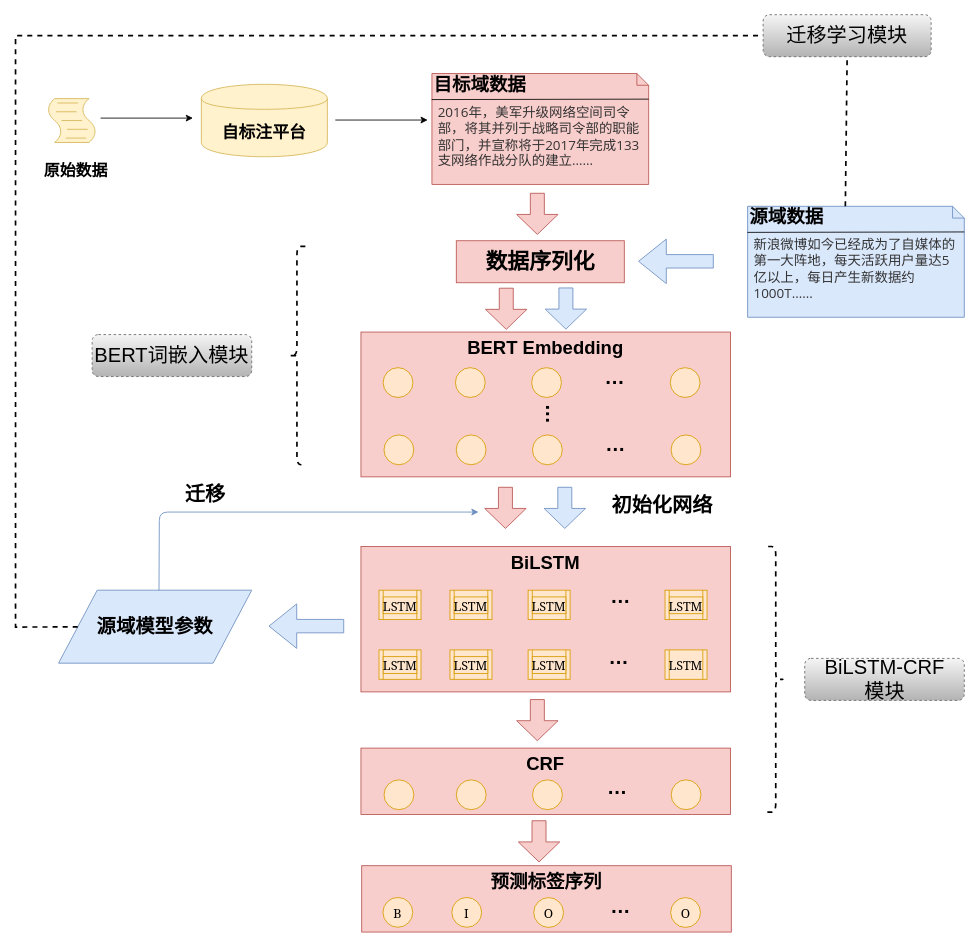
The draw.io diagram TBBC逻辑功能图.drawio in yhx123hero/CyberspaceSecurity_NER, before the edit. Source tidied: cells renumbered, new cells numbered last; positions are measured from the earlier drawing's top-left corner, leaving out a move shared by most shapes. Both pictures are drawn from the tidied source at 84%, with x=0, y=0 at pixel (15, 14).
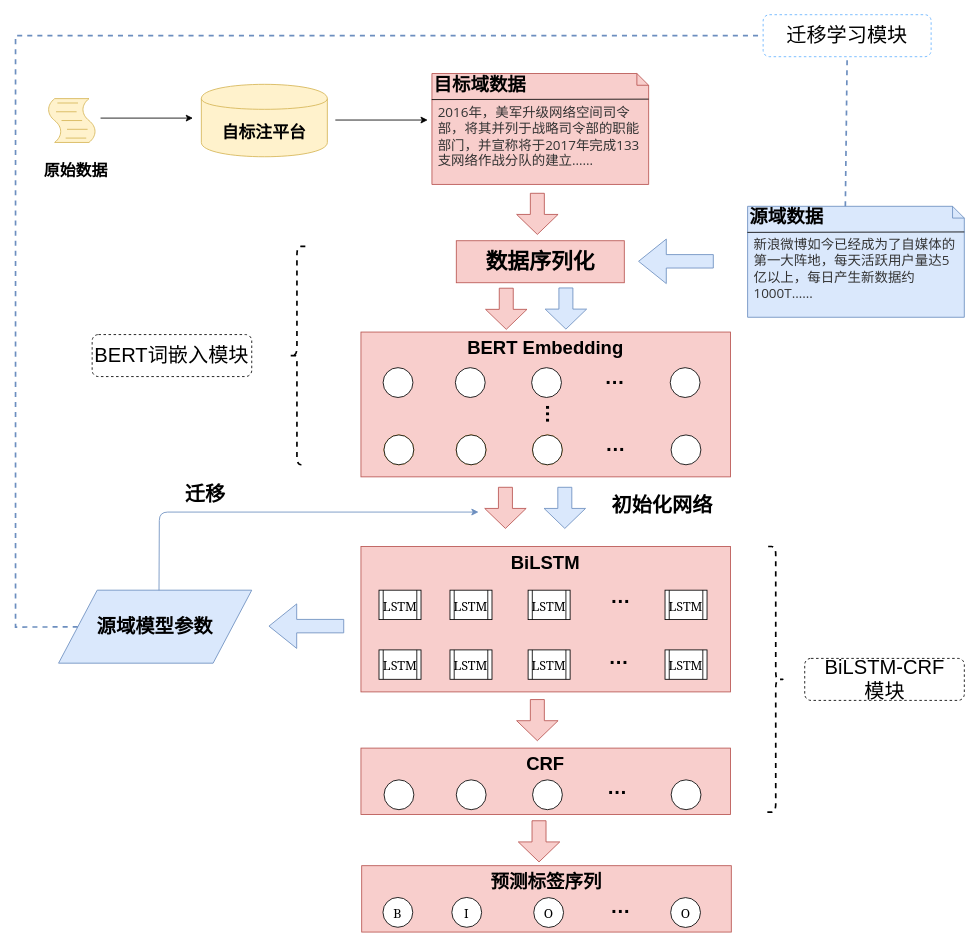
Above is the later version.

Commit message (it also covers changes not shown here):
更新TBBC逻辑功能图.drawio

Unchanged cells that the change refers to:
```xml
<mxCell id="55" value="&lt;b&gt;源域数据&lt;/b&gt;" style="shape=note;whiteSpace=wrap;html=1;size=14;verticalAlign=top;align=left;spacingTop=-6;strokeWidth=1;fontSize=22;fillColor=#dae8fc;strokeColor=#6c8ebf;" parent="1" vertex="1">
  <mxGeometry x="871.5" y="228.1" width="258" height="132.1" as="geometry" />
</mxCell>
<mxCell id="58" value="源域模型参数" style="shape=parallelogram;perimeter=parallelogramPerimeter;whiteSpace=wrap;html=1;strokeWidth=1;fontSize=23;fontStyle=1;fillColor=#dae8fc;strokeColor=#6c8ebf;" parent="1" vertex="1">
  <mxGeometry x="51.2" y="685.1" width="230" height="86.9" as="geometry" />
</mxCell>
```

Change to the diagram source:
```diff
@@
-    <mxCell id="5" style="shape=process;whiteSpace=wrap;html=1;backgroundOutline=1;labelBackgroundColor=none;fontFamily=Georgia;fontSize=20;fillColor=#ffe6cc;strokeColor=#d79b00;" parent="1" vertex="1">
+    <mxCell id="5" style="shape=process;whiteSpace=wrap;html=1;backgroundOutline=1;labelBackgroundColor=none;fontFamily=Georgia;fontSize=20;" parent="1" vertex="1">
       <mxGeometry x="432.7" y="756.2" width="50" height="35" as="geometry" />
     </mxCell>
-    <mxCell id="6" value="LSTM" style="text;html=1;strokeColor=#d79b00;fillColor=#ffe6cc;align=center;verticalAlign=middle;whiteSpace=wrap;rounded=0;labelBackgroundColor=none;fontFamily=Georgia;fontSize=15;" parent="1" vertex="1">
+    <mxCell id="6" value="LSTM" style="text;html=1;align=center;verticalAlign=middle;whiteSpace=wrap;rounded=0;labelBackgroundColor=none;fontFamily=Georgia;fontSize=15;" parent="1" vertex="1">
       <mxGeometry x="437.7" y="764.2" width="40" height="20" as="geometry" />
     </mxCell>
-    <mxCell id="7" style="shape=process;whiteSpace=wrap;html=1;backgroundOutline=1;labelBackgroundColor=none;fontFamily=Georgia;fontSize=20;fillColor=#ffe6cc;strokeColor=#d79b00;" parent="1" vertex="1">
+    <mxCell id="7" style="shape=process;whiteSpace=wrap;html=1;backgroundOutline=1;labelBackgroundColor=none;fontFamily=Georgia;fontSize=20;" parent="1" vertex="1">
       <mxGeometry x="432.7" y="685.1" width="50" height="35" as="geometry" />
     </mxCell>
-    <mxCell id="8" value="LSTM" style="text;html=1;strokeColor=#d79b00;fillColor=#ffe6cc;align=center;verticalAlign=middle;whiteSpace=wrap;rounded=0;labelBackgroundColor=none;fontFamily=Georgia;fontSize=15;" parent="1" vertex="1">
+    <mxCell id="8" value="LSTM" style="text;html=1;align=center;verticalAlign=middle;whiteSpace=wrap;rounded=0;labelBackgroundColor=none;fontFamily=Georgia;fontSize=15;" parent="1" vertex="1">
       <mxGeometry x="437.7" y="693.1" width="40" height="20" as="geometry" />
     </mxCell>
-    <mxCell id="9" style="shape=process;whiteSpace=wrap;html=1;backgroundOutline=1;labelBackgroundColor=none;fontFamily=Georgia;fontSize=20;fillColor=#ffe6cc;strokeColor=#d79b00;" parent="1" vertex="1">
+    <mxCell id="9" style="shape=process;whiteSpace=wrap;html=1;backgroundOutline=1;labelBackgroundColor=none;fontFamily=Georgia;fontSize=20;" parent="1" vertex="1">
       <mxGeometry x="517.2" y="756.2" width="50" height="35" as="geometry" />
     </mxCell>
-    <mxCell id="10" value="LSTM" style="text;html=1;strokeColor=#d79b00;fillColor=#ffe6cc;align=center;verticalAlign=middle;whiteSpace=wrap;rounded=0;labelBackgroundColor=none;fontFamily=Georgia;fontSize=15;" parent="1" vertex="1">
+    <mxCell id="10" value="LSTM" style="text;html=1;align=center;verticalAlign=middle;whiteSpace=wrap;rounded=0;labelBackgroundColor=none;fontFamily=Georgia;fontSize=15;" parent="1" vertex="1">
       <mxGeometry x="522.2" y="764.2" width="40" height="20" as="geometry" />
     </mxCell>
-    <mxCell id="11" style="shape=process;whiteSpace=wrap;html=1;backgroundOutline=1;labelBackgroundColor=none;fontFamily=Georgia;fontSize=20;fillColor=#ffe6cc;strokeColor=#d79b00;" parent="1" vertex="1">
+    <mxCell id="11" style="shape=process;whiteSpace=wrap;html=1;backgroundOutline=1;labelBackgroundColor=none;fontFamily=Georgia;fontSize=20;" parent="1" vertex="1">
       <mxGeometry x="517.2" y="685.1" width="50" height="35" as="geometry" />
     </mxCell>
-    <mxCell id="12" value="LSTM" style="text;html=1;strokeColor=#d79b00;fillColor=#ffe6cc;align=center;verticalAlign=middle;whiteSpace=wrap;rounded=0;labelBackgroundColor=none;fontFamily=Georgia;fontSize=15;" parent="1" vertex="1">
+    <mxCell id="12" value="LSTM" style="text;html=1;align=center;verticalAlign=middle;whiteSpace=wrap;rounded=0;labelBackgroundColor=none;fontFamily=Georgia;fontSize=15;" parent="1" vertex="1">
       <mxGeometry x="522.2" y="693.1" width="40" height="20" as="geometry" />
     </mxCell>
-    <mxCell id="13" style="shape=process;whiteSpace=wrap;html=1;backgroundOutline=1;labelBackgroundColor=none;fontFamily=Georgia;fontSize=20;fillColor=#ffe6cc;strokeColor=#d79b00;" parent="1" vertex="1">
+    <mxCell id="13" style="shape=process;whiteSpace=wrap;html=1;backgroundOutline=1;labelBackgroundColor=none;fontFamily=Georgia;fontSize=20;" parent="1" vertex="1">
       <mxGeometry x="610.2" y="756.2" width="50" height="35" as="geometry" />
     </mxCell>
-    <mxCell id="14" value="LSTM" style="text;html=1;strokeColor=#d79b00;fillColor=#ffe6cc;align=center;verticalAlign=middle;whiteSpace=wrap;rounded=0;labelBackgroundColor=none;fontFamily=Georgia;fontSize=15;" parent="1" vertex="1">
+    <mxCell id="14" value="LSTM" style="text;html=1;align=center;verticalAlign=middle;whiteSpace=wrap;rounded=0;labelBackgroundColor=none;fontFamily=Georgia;fontSize=15;" parent="1" vertex="1">
       <mxGeometry x="615.2" y="764.2" width="40" height="20" as="geometry" />
     </mxCell>
-    <mxCell id="15" style="shape=process;whiteSpace=wrap;html=1;backgroundOutline=1;labelBackgroundColor=none;fontFamily=Georgia;fontSize=20;fillColor=#ffe6cc;strokeColor=#d79b00;" parent="1" vertex="1">
+    <mxCell id="15" style="shape=process;whiteSpace=wrap;html=1;backgroundOutline=1;labelBackgroundColor=none;fontFamily=Georgia;fontSize=20;" parent="1" vertex="1">
       <mxGeometry x="610.2" y="685.1" width="50" height="35" as="geometry" />
     </mxCell>
-    <mxCell id="16" value="LSTM" style="text;html=1;strokeColor=#d79b00;fillColor=#ffe6cc;align=center;verticalAlign=middle;whiteSpace=wrap;rounded=0;labelBackgroundColor=none;fontFamily=Georgia;fontSize=15;" parent="1" vertex="1">
+    <mxCell id="16" value="LSTM" style="text;html=1;align=center;verticalAlign=middle;whiteSpace=wrap;rounded=0;labelBackgroundColor=none;fontFamily=Georgia;fontSize=15;" parent="1" vertex="1">
       <mxGeometry x="615.2" y="693.1" width="40" height="20" as="geometry" />
     </mxCell>
-    <mxCell id="17" style="shape=process;whiteSpace=wrap;html=1;backgroundOutline=1;labelBackgroundColor=none;fontFamily=Georgia;fontSize=20;fillColor=#ffe6cc;strokeColor=#d79b00;" parent="1" vertex="1">
+    <mxCell id="17" style="shape=process;whiteSpace=wrap;html=1;backgroundOutline=1;labelBackgroundColor=none;fontFamily=Georgia;fontSize=20;" parent="1" vertex="1">
       <mxGeometry x="773.2" y="756.2" width="50" height="35" as="geometry" />
     </mxCell>
-    <mxCell id="18" value="LSTM" style="text;html=1;strokeColor=none;fillColor=none;align=center;verticalAlign=middle;whiteSpace=wrap;rounded=0;labelBackgroundColor=none;fontFamily=Georgia;fontSize=15;" parent="1" vertex="1">
+    <mxCell id="18" value="LSTM" style="text;html=1;align=center;verticalAlign=middle;whiteSpace=wrap;rounded=0;labelBackgroundColor=none;fontFamily=Georgia;fontSize=15;" parent="1" vertex="1">
       <mxGeometry x="778.2" y="764.2" width="40" height="20" as="geometry" />
     </mxCell>
-    <mxCell id="19" style="shape=process;whiteSpace=wrap;html=1;backgroundOutline=1;labelBackgroundColor=none;fontFamily=Georgia;fontSize=20;fillColor=#ffe6cc;strokeColor=#d79b00;" parent="1" vertex="1">
+    <mxCell id="19" style="shape=process;whiteSpace=wrap;html=1;backgroundOutline=1;labelBackgroundColor=none;fontFamily=Georgia;fontSize=20;" parent="1" vertex="1">
       <mxGeometry x="773.2" y="685.1" width="50" height="35" as="geometry" />
     </mxCell>
-    <mxCell id="20" value="LSTM" style="text;html=1;strokeColor=#d79b00;fillColor=#ffe6cc;align=center;verticalAlign=middle;whiteSpace=wrap;rounded=0;labelBackgroundColor=none;fontFamily=Georgia;fontSize=15;" parent="1" vertex="1">
+    <mxCell id="20" value="LSTM" style="text;html=1;align=center;verticalAlign=middle;whiteSpace=wrap;rounded=0;labelBackgroundColor=none;fontFamily=Georgia;fontSize=15;" parent="1" vertex="1">
       <mxGeometry x="778.2" y="693.1" width="40" height="20" as="geometry" />
     </mxCell>
-    <mxCell id="21" value="…" style="text;strokeColor=none;fillColor=none;html=1;fontSize=24;fontStyle=1;verticalAlign=middle;align=center;labelBackgroundColor=none;" parent="1" vertex="1">
+    <mxCell id="21" value="…" style="text;html=1;fontSize=24;fontStyle=1;verticalAlign=middle;align=center;labelBackgroundColor=none;" parent="1" vertex="1">
       <mxGeometry x="667.7" y="745.2" width="100" height="40" as="geometry" />
     </mxCell>
@@
-    <mxCell id="24" style="ellipse;whiteSpace=wrap;html=1;labelBackgroundColor=none;fontFamily=Georgia;fontSize=15;fillColor=#ffe6cc;strokeColor=#d79b00;" parent="1" vertex="1">
+    <mxCell id="24" style="ellipse;whiteSpace=wrap;html=1;labelBackgroundColor=none;fontFamily=Georgia;fontSize=15;" parent="1" vertex="1">
       <mxGeometry x="437.4" y="1050.9" width="35.5" height="35.5" as="geometry" />
     </mxCell>
-    <mxCell id="25" value="B" style="text;html=1;strokeColor=none;fillColor=none;align=center;verticalAlign=middle;whiteSpace=wrap;rounded=0;labelBackgroundColor=none;fontFamily=Georgia;fontSize=15;" parent="1" vertex="1">
+    <mxCell id="25" value="B" style="text;html=1;align=center;verticalAlign=middle;whiteSpace=wrap;rounded=0;labelBackgroundColor=none;fontFamily=Georgia;fontSize=15;" parent="1" vertex="1">
       <mxGeometry x="435.1" y="1059.1" width="40" height="20" as="geometry" />
     </mxCell>
-    <mxCell id="26" style="ellipse;whiteSpace=wrap;html=1;labelBackgroundColor=none;fontFamily=Georgia;fontSize=15;fillColor=#ffe6cc;strokeColor=#d79b00;" parent="1" vertex="1">
+    <mxCell id="26" style="ellipse;whiteSpace=wrap;html=1;labelBackgroundColor=none;fontFamily=Georgia;fontSize=15;" parent="1" vertex="1">
       <mxGeometry x="519.4" y="1050.9" width="35.5" height="35.5" as="geometry" />
     </mxCell>
-    <mxCell id="27" value="I" style="text;html=1;strokeColor=none;fillColor=none;align=center;verticalAlign=middle;whiteSpace=wrap;rounded=0;labelBackgroundColor=none;fontFamily=Georgia;fontSize=15;" parent="1" vertex="1">
+    <mxCell id="27" value="I" style="text;html=1;align=center;verticalAlign=middle;whiteSpace=wrap;rounded=0;labelBackgroundColor=none;fontFamily=Georgia;fontSize=15;" parent="1" vertex="1">
       <mxGeometry x="517.1" y="1059.1" width="40" height="20" as="geometry" />
     </mxCell>
-    <mxCell id="28" style="ellipse;whiteSpace=wrap;html=1;labelBackgroundColor=none;fontFamily=Georgia;fontSize=15;fillColor=#ffe6cc;strokeColor=#d79b00;" parent="1" vertex="1">
+    <mxCell id="28" style="ellipse;whiteSpace=wrap;html=1;labelBackgroundColor=none;fontFamily=Georgia;fontSize=15;" parent="1" vertex="1">
       <mxGeometry x="616.9" y="1051.1" width="35.5" height="35.5" as="geometry" />
     </mxCell>
-    <mxCell id="29" value="O" style="text;html=1;strokeColor=none;fillColor=none;align=center;verticalAlign=middle;whiteSpace=wrap;rounded=0;labelBackgroundColor=none;fontFamily=Georgia;fontSize=15;" parent="1" vertex="1">
+    <mxCell id="29" value="O" style="text;html=1;align=center;verticalAlign=middle;whiteSpace=wrap;rounded=0;labelBackgroundColor=none;fontFamily=Georgia;fontSize=15;" parent="1" vertex="1">
       <mxGeometry x="614.6" y="1059.4" width="40" height="20" as="geometry" />
     </mxCell>
-    <mxCell id="30" style="ellipse;whiteSpace=wrap;html=1;labelBackgroundColor=none;fontFamily=Georgia;fontSize=15;fillColor=#ffe6cc;strokeColor=#d79b00;" parent="1" vertex="1">
+    <mxCell id="30" style="ellipse;whiteSpace=wrap;html=1;labelBackgroundColor=none;fontFamily=Georgia;fontSize=15;" parent="1" vertex="1">
       <mxGeometry x="779.9" y="1051.1" width="35.5" height="35.5" as="geometry" />
     </mxCell>
-    <mxCell id="31" value="O" style="text;html=1;strokeColor=none;fillColor=none;align=center;verticalAlign=middle;whiteSpace=wrap;rounded=0;labelBackgroundColor=none;fontFamily=Georgia;fontSize=15;" parent="1" vertex="1">
+    <mxCell id="31" value="O" style="text;html=1;align=center;verticalAlign=middle;whiteSpace=wrap;rounded=0;labelBackgroundColor=none;fontFamily=Georgia;fontSize=15;" parent="1" vertex="1">
       <mxGeometry x="777.6" y="1059.4" width="40" height="20" as="geometry" />
     </mxCell>
@@
-    <mxCell id="34" value="…" style="text;strokeColor=none;fillColor=none;html=1;fontSize=24;fontStyle=1;verticalAlign=middle;align=center;labelBackgroundColor=none;" parent="1" vertex="1">
+    <mxCell id="34" value="…" style="text;html=1;fontSize=24;fontStyle=1;verticalAlign=middle;align=center;labelBackgroundColor=none;" parent="1" vertex="1">
       <mxGeometry x="665.7" y="900.1" width="100" height="40" as="geometry" />
     </mxCell>
@@
-    <mxCell id="37" style="ellipse;whiteSpace=wrap;html=1;labelBackgroundColor=none;fontFamily=Georgia;fontSize=15;fillColor=#ffe6cc;strokeColor=#d79b00;" parent="1" vertex="1">
+    <mxCell id="37" style="ellipse;whiteSpace=wrap;html=1;labelBackgroundColor=none;fontFamily=Georgia;fontSize=15;" parent="1" vertex="1">
       <mxGeometry x="438.7" y="910.9" width="35.5" height="35.5" as="geometry" />
     </mxCell>
-    <mxCell id="38" style="ellipse;whiteSpace=wrap;html=1;labelBackgroundColor=none;fontFamily=Georgia;fontSize=15;fillColor=#ffe6cc;strokeColor=#d79b00;" parent="1" vertex="1">
+    <mxCell id="38" style="ellipse;whiteSpace=wrap;html=1;labelBackgroundColor=none;fontFamily=Georgia;fontSize=15;" parent="1" vertex="1">
       <mxGeometry x="524.7" y="910.9" width="35.5" height="35.5" as="geometry" />
     </mxCell>
-    <mxCell id="39" style="ellipse;whiteSpace=wrap;html=1;labelBackgroundColor=none;fontFamily=Georgia;fontSize=15;fillColor=#ffe6cc;strokeColor=#d79b00;" parent="1" vertex="1">
+    <mxCell id="39" style="ellipse;whiteSpace=wrap;html=1;labelBackgroundColor=none;fontFamily=Georgia;fontSize=15;" parent="1" vertex="1">
       <mxGeometry x="615.5" y="910.9" width="35.5" height="35.5" as="geometry" />
     </mxCell>
-    <mxCell id="40" style="ellipse;whiteSpace=wrap;html=1;labelBackgroundColor=none;fontFamily=Georgia;fontSize=15;fillColor=#ffe6cc;strokeColor=#d79b00;" parent="1" vertex="1">
+    <mxCell id="40" style="ellipse;whiteSpace=wrap;html=1;labelBackgroundColor=none;fontFamily=Georgia;fontSize=15;" parent="1" vertex="1">
       <mxGeometry x="780.5" y="910.9" width="35.5" height="35.5" as="geometry" />
     </mxCell>
-    <mxCell id="41" style="ellipse;whiteSpace=wrap;html=1;labelBackgroundColor=none;fontFamily=Georgia;fontSize=15;fillColor=#ffe6cc;strokeColor=#d79b00;" parent="1" vertex="1">
+    <mxCell id="41" style="ellipse;whiteSpace=wrap;html=1;labelBackgroundColor=none;fontFamily=Georgia;fontSize=15;" parent="1" vertex="1">
       <mxGeometry x="437.6" y="420.2" width="35.5" height="35.5" as="geometry" />
     </mxCell>
-    <mxCell id="42" style="ellipse;whiteSpace=wrap;html=1;labelBackgroundColor=none;fontFamily=Georgia;fontSize=15;fillColor=#ffe6cc;strokeColor=#d79b00;" parent="1" vertex="1">
+    <mxCell id="42" style="ellipse;whiteSpace=wrap;html=1;labelBackgroundColor=none;fontFamily=Georgia;fontSize=15;" parent="1" vertex="1">
       <mxGeometry x="523.6" y="420.2" width="35.5" height="35.5" as="geometry" />
     </mxCell>
-    <mxCell id="43" style="ellipse;whiteSpace=wrap;html=1;labelBackgroundColor=none;fontFamily=Georgia;fontSize=15;fillColor=#ffe6cc;strokeColor=#d79b00;" parent="1" vertex="1">
+    <mxCell id="43" style="ellipse;whiteSpace=wrap;html=1;labelBackgroundColor=none;fontFamily=Georgia;fontSize=15;" parent="1" vertex="1">
       <mxGeometry x="614.4" y="420.2" width="35.5" height="35.5" as="geometry" />
     </mxCell>
-    <mxCell id="44" style="ellipse;whiteSpace=wrap;html=1;labelBackgroundColor=none;fontFamily=Georgia;fontSize=15;fillColor=#ffe6cc;strokeColor=#d79b00;" parent="1" vertex="1">
+    <mxCell id="44" style="ellipse;whiteSpace=wrap;html=1;labelBackgroundColor=none;fontFamily=Georgia;fontSize=15;" parent="1" vertex="1">
       <mxGeometry x="779.4" y="420.2" width="35.5" height="35.5" as="geometry" />
     </mxCell>
@@
-    <mxCell id="47" style="ellipse;whiteSpace=wrap;html=1;labelBackgroundColor=none;fontFamily=Georgia;fontSize=15;fillColor=#ffe6cc;strokeColor=#d79b00;" parent="1" vertex="1">
+    <mxCell id="47" style="ellipse;whiteSpace=wrap;html=1;labelBackgroundColor=none;fontFamily=Georgia;fontSize=15;" parent="1" vertex="1">
       <mxGeometry x="780.4" y="500.3" width="35.5" height="35.5" as="geometry" />
     </mxCell>
@@
-    <mxCell id="75" value="BERT词嵌入模块" style="rounded=1;whiteSpace=wrap;html=1;strokeWidth=1;fontSize=24;dashed=1;gradientColor=#b3b3b3;fillColor=#f5f5f5;strokeColor=#666666;" parent="1" vertex="1">
+    <mxCell id="75" value="BERT词嵌入模块" style="rounded=1;whiteSpace=wrap;html=1;strokeWidth=1;fontSize=24;dashed=1;" parent="1" vertex="1">
       <mxGeometry x="91.2" y="380.8" width="190" height="50" as="geometry" />
     </mxCell>
-    <mxCell id="76" value="BiLSTM-CRF &lt;br&gt;模块" style="rounded=1;whiteSpace=wrap;html=1;strokeWidth=1;fontSize=24;dashed=1;gradientColor=#b3b3b3;fillColor=#f5f5f5;strokeColor=#666666;" parent="1" vertex="1">
+    <mxCell id="76" value="BiLSTM-CRF &lt;br&gt;模块" style="rounded=1;whiteSpace=wrap;html=1;strokeWidth=1;fontSize=24;dashed=1;" parent="1" vertex="1">
       <mxGeometry x="939.5" y="766.3" width="190" height="50" as="geometry" />
     </mxCell>
@@
-    <mxCell id="78" value="迁移学习模块" style="rounded=1;whiteSpace=wrap;html=1;strokeWidth=1;fontSize=24;dashed=1;gradientColor=#b3b3b3;fillColor=#f5f5f5;strokeColor=#666666;" parent="1" vertex="1">
+    <mxCell id="78" value="迁移学习模块" style="rounded=1;whiteSpace=wrap;html=1;strokeWidth=1;fontSize=24;dashed=1;strokeColor=#66B2FF;" parent="1" vertex="1">
       <mxGeometry x="890" width="200" height="50" as="geometry" />
     </mxCell>
-    <mxCell id="79" style="endArrow=none;html=1;fontSize=24;fontColor=#000000;rounded=0;strokeWidth=2;dashed=1;entryX=0;entryY=0.5;entryDx=0;entryDy=0;" parent="1" edge="1" source="58" target="78">
+    <mxCell id="79" style="endArrow=none;html=1;fontSize=24;fontColor=#000000;rounded=0;strokeWidth=2;dashed=1;entryX=0;entryY=0.5;entryDx=0;entryDy=0;fillColor=#dae8fc;strokeColor=#6c8ebf;" parent="1" edge="1" source="58" target="78">
       <mxGeometry relative="1" as="geometry">
         <Array as="points">
           <mxPoint y="729" />
           <mxPoint y="25" />
         </Array>
       </mxGeometry>
     </mxCell>
-    <mxCell id="80" style="endArrow=none;html=1;dashed=1;strokeColor=#000000;strokeWidth=2;fontSize=24;fontColor=#000000;entryX=0.5;entryY=1;entryDx=0;entryDy=0;exitX=0.451;exitY=0;exitDx=0;exitDy=0;exitPerimeter=0;" parent="1" edge="1" source="55" target="78">
+    <mxCell id="80" style="endArrow=none;html=1;dashed=1;strokeColor=#6c8ebf;strokeWidth=2;fontSize=24;fontColor=#000000;entryX=0.5;entryY=1;entryDx=0;entryDy=0;exitX=0.451;exitY=0;exitDx=0;exitDy=0;exitPerimeter=0;fillColor=#dae8fc;" parent="1" edge="1" source="55" target="78">
       <mxGeometry relative="1" as="geometry" />
     </mxCell>
+    <mxCell id="81" style="ellipse;whiteSpace=wrap;html=1;labelBackgroundColor=none;fontFamily=Georgia;fontSize=15;" parent="1" vertex="1">
+      <mxGeometry x="438.6" y="500.3" width="35.5" height="35.5" as="geometry" />
+    </mxCell>
+    <mxCell id="82" style="ellipse;whiteSpace=wrap;html=1;labelBackgroundColor=none;fontFamily=Georgia;fontSize=15;" parent="1" vertex="1">
+      <mxGeometry x="524.6" y="500.3" width="35.5" height="35.5" as="geometry" />
+    </mxCell>
+    <mxCell id="83" style="ellipse;whiteSpace=wrap;html=1;labelBackgroundColor=none;fontFamily=Georgia;fontSize=15;" parent="1" vertex="1">
+      <mxGeometry x="615.4" y="500.3" width="35.5" height="35.5" as="geometry" />
+    </mxCell>
```
